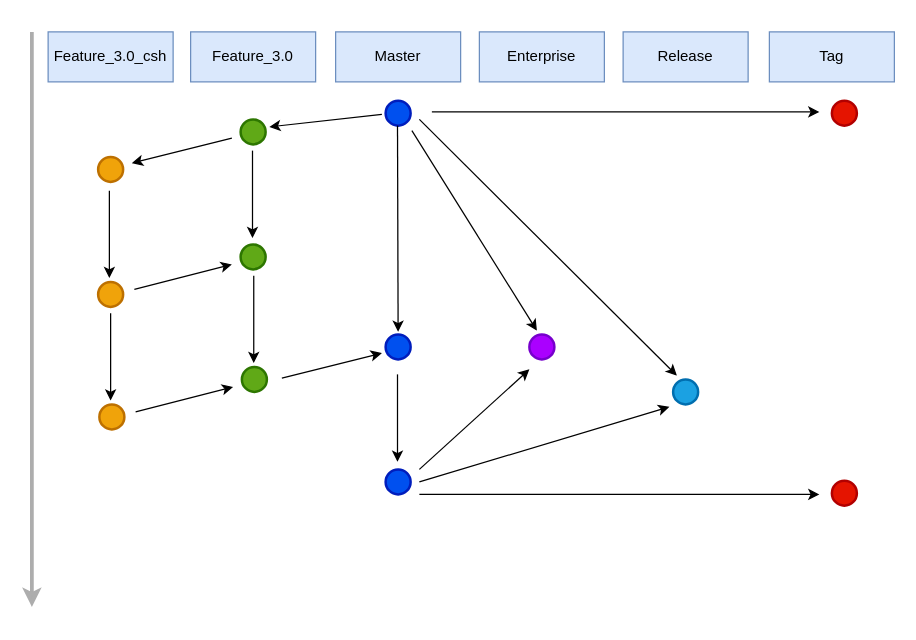
This is 分支管理.drawio from Arthurcsh/Draw.io, a draw.io file, before an edit. Source tidied: cells renumbered, new cells numbered last; positions are measured from the earlier drawing's top-left corner, leaving out a move shared by most shapes. Both pictures are drawn from the tidied source at 125%, with x=0, y=0 at pixel (31, 31).
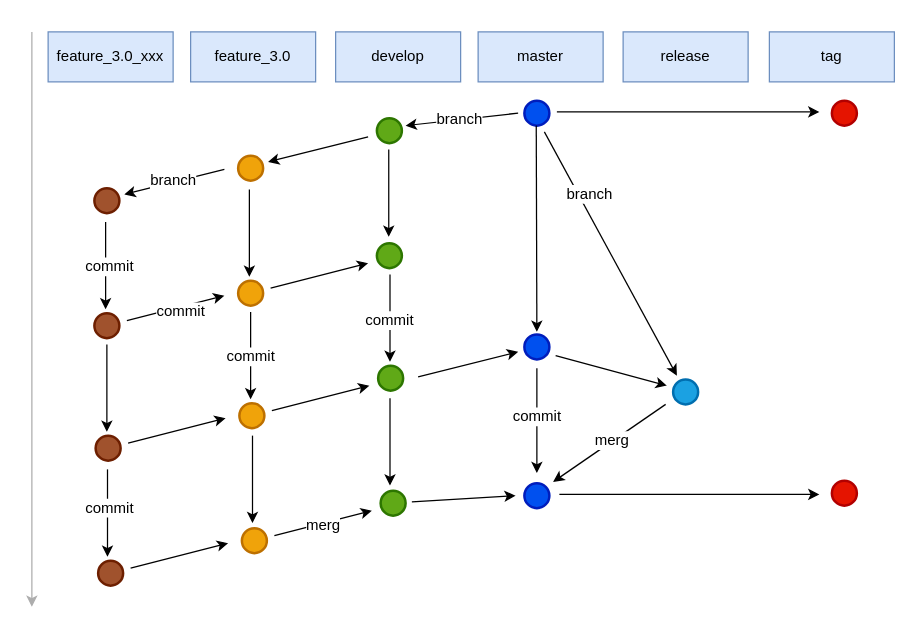
The same page after the edit.

Commit message:
更新分支管理.drawio

The change refers to these unchanged cells:
```xml
<mxCell id="31" style="ellipse;whiteSpace=wrap;html=1;strokeWidth=2;fillColor=#1ba1e2;strokeColor=#006EAF;fontColor=#ffffff;" parent="1" vertex="1">
  <mxGeometry x="513" y="278" width="20" height="20" as="geometry" />
</mxCell>
```

Diff of the diagram source:
```diff
@@
-    <mxCell id="2" value="Feature_3.0_csh" style="rounded=0;whiteSpace=wrap;html=1;fillColor=#dae8fc;strokeColor=#6c8ebf;" parent="1" vertex="1">
+    <mxCell id="2" value="feature_3.0_xxx" style="rounded=0;whiteSpace=wrap;html=1;fillColor=#dae8fc;strokeColor=#6c8ebf;" parent="1" vertex="1">
       <mxGeometry x="13" width="100" height="40" as="geometry" />
     </mxCell>
-    <mxCell id="3" value="Master" style="rounded=0;whiteSpace=wrap;html=1;fillColor=#dae8fc;strokeColor=#6c8ebf;" parent="1" vertex="1">
-      <mxGeometry x="243" width="100" height="40" as="geometry" />
+    <mxCell id="3" value="master" style="rounded=0;whiteSpace=wrap;html=1;fillColor=#dae8fc;strokeColor=#6c8ebf;" parent="1" vertex="1">
+      <mxGeometry x="357" width="100" height="40" as="geometry" />
     </mxCell>
-    <mxCell id="4" value="Enterprise" style="rounded=0;whiteSpace=wrap;html=1;fillColor=#dae8fc;strokeColor=#6c8ebf;" parent="1" vertex="1">
-      <mxGeometry x="358" width="100" height="40" as="geometry" />
+    <mxCell id="4" value="develop" style="rounded=0;whiteSpace=wrap;html=1;fillColor=#dae8fc;strokeColor=#6c8ebf;" parent="1" vertex="1">
+      <mxGeometry x="243" width="100" height="40" as="geometry" />
     </mxCell>
-    <mxCell id="5" value="Feature_3.0" style="rounded=0;whiteSpace=wrap;html=1;fillColor=#dae8fc;strokeColor=#6c8ebf;" parent="1" vertex="1">
+    <mxCell id="5" value="feature_3.0" style="rounded=0;whiteSpace=wrap;html=1;fillColor=#dae8fc;strokeColor=#6c8ebf;" parent="1" vertex="1">
       <mxGeometry x="127" width="100" height="40" as="geometry" />
     </mxCell>
-    <mxCell id="6" value="Release" style="rounded=0;whiteSpace=wrap;html=1;fillColor=#dae8fc;strokeColor=#6c8ebf;" parent="1" vertex="1">
+    <mxCell id="6" value="release" style="rounded=0;whiteSpace=wrap;html=1;fillColor=#dae8fc;strokeColor=#6c8ebf;" parent="1" vertex="1">
       <mxGeometry x="473" width="100" height="40" as="geometry" />
     </mxCell>
-    <mxCell id="7" style="endArrow=classic;html=1;strokeWidth=3;fillColor=#647687;strokeColor=#ADADAD;" parent="1" edge="1">
+    <mxCell id="7" style="endArrow=classic;html=1;strokeWidth=1;fillColor=#647687;strokeColor=#ADADAD;" parent="1" edge="1">
       <mxGeometry relative="1" as="geometry">
         <mxPoint as="sourcePoint" />
         <mxPoint y="460" as="targetPoint" />
       </mxGeometry>
     </mxCell>
     <mxCell id="8" style="ellipse;whiteSpace=wrap;html=1;strokeWidth=2;fillColor=#f0a30a;strokeColor=#BD7000;fontColor=#ffffff;" parent="1" vertex="1">
-      <mxGeometry x="53" y="100" width="20" height="20" as="geometry" />
+      <mxGeometry x="165" y="99" width="20" height="20" as="geometry" />
     </mxCell>
     <mxCell id="9" style="endArrow=classic;html=1;strokeColor=#000000;strokeWidth=1;" parent="1" edge="1">
       <mxGeometry relative="1" as="geometry">
-        <mxPoint x="280" y="66" as="sourcePoint" />
-        <mxPoint x="190" y="76" as="targetPoint" />
+        <mxPoint x="389" y="65" as="sourcePoint" />
+        <mxPoint x="299" y="75" as="targetPoint" />
       </mxGeometry>
     </mxCell>
+    <mxCell id="39" value="branch" style="text;html=1;align=center;verticalAlign=middle;labelBackgroundColor=#ffffff;" parent="9" vertex="1">
+      <mxGeometry x="0.06" y="-1" relative="1" as="geometry" />
+    </mxCell>
     <mxCell id="10" style="ellipse;whiteSpace=wrap;html=1;strokeWidth=2;fillColor=#0050ef;strokeColor=#001DBC;fontColor=#ffffff;" parent="1" vertex="1">
-      <mxGeometry x="283" y="55" width="20" height="20" as="geometry" />
+      <mxGeometry x="394" y="55" width="20" height="20" as="geometry" />
     </mxCell>
     <mxCell id="11" style="ellipse;whiteSpace=wrap;html=1;strokeWidth=2;fillColor=#60a917;strokeColor=#2D7600;fontColor=#ffffff;" parent="1" vertex="1">
-      <mxGeometry x="167" y="70" width="20" height="20" as="geometry" />
+      <mxGeometry x="276" y="69" width="20" height="20" as="geometry" />
     </mxCell>
     <mxCell id="12" style="endArrow=classic;html=1;strokeColor=#000000;strokeWidth=1;" parent="1" edge="1">
       <mxGeometry relative="1" as="geometry">
-        <mxPoint x="160" y="85" as="sourcePoint" />
-        <mxPoint x="80" y="105" as="targetPoint" />
+        <mxPoint x="269" y="84" as="sourcePoint" />
+        <mxPoint x="189" y="104" as="targetPoint" />
       </mxGeometry>
     </mxCell>
     <mxCell id="13" style="ellipse;whiteSpace=wrap;html=1;strokeWidth=2;fillColor=#f0a30a;strokeColor=#BD7000;fontColor=#ffffff;" parent="1" vertex="1">
-      <mxGeometry x="53" y="200" width="20" height="20" as="geometry" />
+      <mxGeometry x="165" y="199" width="20" height="20" as="geometry" />
     </mxCell>
     <mxCell id="14" style="endArrow=classic;html=1;strokeColor=#000000;strokeWidth=1;" parent="1" edge="1">
       <mxGeometry relative="1" as="geometry">
-        <mxPoint x="62" y="127" as="sourcePoint" />
-        <mxPoint x="62" y="197" as="targetPoint" />
+        <mxPoint x="174" y="126" as="sourcePoint" />
+        <mxPoint x="174" y="196" as="targetPoint" />
       </mxGeometry>
     </mxCell>
     <mxCell id="15" style="ellipse;whiteSpace=wrap;html=1;strokeWidth=2;fillColor=#60a917;strokeColor=#2D7600;fontColor=#ffffff;" parent="1" vertex="1">
-      <mxGeometry x="167" y="170" width="20" height="20" as="geometry" />
+      <mxGeometry x="276" y="169" width="20" height="20" as="geometry" />
     </mxCell>
     <mxCell id="16" style="endArrow=classic;html=1;strokeColor=#000000;strokeWidth=1;" parent="1" edge="1">
       <mxGeometry relative="1" as="geometry">
-        <mxPoint x="176.5" y="95" as="sourcePoint" />
-        <mxPoint x="176.5" y="165" as="targetPoint" />
+        <mxPoint x="285.5" y="94" as="sourcePoint" />
+        <mxPoint x="285.5" y="164" as="targetPoint" />
       </mxGeometry>
     </mxCell>
     <mxCell id="17" style="endArrow=classic;html=1;strokeColor=#000000;strokeWidth=1;" parent="1" edge="1">
       <mxGeometry relative="1" as="geometry">
-        <mxPoint x="82" y="206" as="sourcePoint" />
-        <mxPoint x="160" y="186" as="targetPoint" />
+        <mxPoint x="191" y="205" as="sourcePoint" />
+        <mxPoint x="269" y="185" as="targetPoint" />
       </mxGeometry>
     </mxCell>
     <mxCell id="18" style="ellipse;whiteSpace=wrap;html=1;strokeWidth=2;fillColor=#f0a30a;strokeColor=#BD7000;fontColor=#ffffff;" parent="1" vertex="1">
-      <mxGeometry x="54" y="298" width="20" height="20" as="geometry" />
+      <mxGeometry x="166" y="297" width="20" height="20" as="geometry" />
     </mxCell>
     <mxCell id="19" style="endArrow=classic;html=1;strokeColor=#000000;strokeWidth=1;" parent="1" edge="1">
       <mxGeometry relative="1" as="geometry">
-        <mxPoint x="63" y="225" as="sourcePoint" />
-        <mxPoint x="63" y="295" as="targetPoint" />
+        <mxPoint x="175" y="224" as="sourcePoint" />
+        <mxPoint x="175" y="294" as="targetPoint" />
       </mxGeometry>
     </mxCell>
+    <mxCell id="40" value="commit" style="text;html=1;align=center;verticalAlign=middle;labelBackgroundColor=#ffffff;" parent="19" vertex="1">
+      <mxGeometry y="-1" relative="1" as="geometry" />
+    </mxCell>
     <mxCell id="20" style="ellipse;whiteSpace=wrap;html=1;strokeWidth=2;fillColor=#60a917;strokeColor=#2D7600;fontColor=#ffffff;" parent="1" vertex="1">
-      <mxGeometry x="168" y="268" width="20" height="20" as="geometry" />
+      <mxGeometry x="277" y="267" width="20" height="20" as="geometry" />
     </mxCell>
     <mxCell id="21" style="endArrow=classic;html=1;strokeColor=#000000;strokeWidth=1;" parent="1" edge="1">
       <mxGeometry relative="1" as="geometry">
-        <mxPoint x="83" y="304" as="sourcePoint" />
-        <mxPoint x="161" y="284" as="targetPoint" />
+        <mxPoint x="192" y="303" as="sourcePoint" />
+        <mxPoint x="270" y="283" as="targetPoint" />
       </mxGeometry>
     </mxCell>
     <mxCell id="22" style="endArrow=classic;html=1;strokeColor=#000000;strokeWidth=1;" parent="1" edge="1">
       <mxGeometry relative="1" as="geometry">
-        <mxPoint x="177.5" y="195" as="sourcePoint" />
-        <mxPoint x="177.5" y="265" as="targetPoint" />
+        <mxPoint x="286.5" y="194" as="sourcePoint" />
+        <mxPoint x="286.5" y="264" as="targetPoint" />
       </mxGeometry>
     </mxCell>
+    <mxCell id="41" value="commit" style="text;html=1;align=center;verticalAlign=middle;labelBackgroundColor=#ffffff;" parent="22" vertex="1">
+      <mxGeometry x="0.03" y="-1" relative="1" as="geometry" />
+    </mxCell>
     <mxCell id="23" style="endArrow=classic;html=1;strokeColor=#000000;strokeWidth=1;" parent="1" edge="1">
       <mxGeometry relative="1" as="geometry">
-        <mxPoint x="200" y="277" as="sourcePoint" />
-        <mxPoint x="280" y="257" as="targetPoint" />
+        <mxPoint x="309" y="276" as="sourcePoint" />
+        <mxPoint x="389" y="256" as="targetPoint" />
       </mxGeometry>
     </mxCell>
     <mxCell id="24" style="ellipse;whiteSpace=wrap;html=1;strokeWidth=2;fillColor=#0050ef;strokeColor=#001DBC;fontColor=#ffffff;" parent="1" vertex="1">
-      <mxGeometry x="283" y="242" width="20" height="20" as="geometry" />
+      <mxGeometry x="394" y="242" width="20" height="20" as="geometry" />
     </mxCell>
     <mxCell id="25" style="endArrow=classic;html=1;strokeColor=#000000;strokeWidth=1;" parent="1" edge="1">
       <mxGeometry relative="1" as="geometry">
-        <mxPoint x="292.5" y="75" as="sourcePoint" />
-        <mxPoint x="293" y="240" as="targetPoint" />
+        <mxPoint x="403.5" y="75" as="sourcePoint" />
+        <mxPoint x="404" y="240" as="targetPoint" />
       </mxGeometry>
     </mxCell>
-    <mxCell id="26" style="ellipse;whiteSpace=wrap;html=1;strokeWidth=2;fillColor=#aa00ff;strokeColor=#7700CC;fontColor=#ffffff;" parent="1" vertex="1">
-      <mxGeometry x="398" y="242" width="20" height="20" as="geometry" />
-    </mxCell>
     <mxCell id="27" style="endArrow=classic;html=1;strokeColor=#000000;strokeWidth=1;" parent="1" edge="1">
       <mxGeometry relative="1" as="geometry">
-        <mxPoint x="304" y="79" as="sourcePoint" />
-        <mxPoint x="404" y="239" as="targetPoint" />
+        <mxPoint x="304" y="376" as="sourcePoint" />
+        <mxPoint x="387" y="371" as="targetPoint" />
       </mxGeometry>
     </mxCell>
     <mxCell id="28" style="ellipse;whiteSpace=wrap;html=1;strokeWidth=2;fillColor=#0050ef;strokeColor=#001DBC;fontColor=#ffffff;" parent="1" vertex="1">
-      <mxGeometry x="283" y="350" width="20" height="20" as="geometry" />
+      <mxGeometry x="394" y="361" width="20" height="20" as="geometry" />
     </mxCell>
     <mxCell id="29" style="endArrow=classic;html=1;strokeColor=#000000;strokeWidth=1;" parent="1" edge="1">
       <mxGeometry relative="1" as="geometry">
-        <mxPoint x="310" y="350" as="sourcePoint" />
-        <mxPoint x="398" y="270" as="targetPoint" />
+        <mxPoint x="419" y="259" as="sourcePoint" />
+        <mxPoint x="508" y="283" as="targetPoint" />
       </mxGeometry>
     </mxCell>
     <mxCell id="30" style="endArrow=classic;html=1;strokeColor=#000000;strokeWidth=1;" parent="1" edge="1">
       <mxGeometry relative="1" as="geometry">
-        <mxPoint x="292.5" y="274" as="sourcePoint" />
-        <mxPoint x="292.5" y="344" as="targetPoint" />
+        <mxPoint x="404" y="269" as="sourcePoint" />
+        <mxPoint x="404" y="353" as="targetPoint" />
       </mxGeometry>
     </mxCell>
+    <mxCell id="42" value="commit" style="text;html=1;align=center;verticalAlign=middle;labelBackgroundColor=#ffffff;" parent="30" vertex="1">
+      <mxGeometry x="-0.1" y="-1" relative="1" as="geometry" />
+    </mxCell>
@@
     <mxCell id="32" style="endArrow=classic;html=1;strokeColor=#000000;strokeWidth=1;entryX=0.15;entryY=-0.15;entryDx=0;entryDy=0;entryPerimeter=0;" parent="1" edge="1" target="31">
       <mxGeometry relative="1" as="geometry">
-        <mxPoint x="310" y="70" as="sourcePoint" />
+        <mxPoint x="410" y="80" as="sourcePoint" />
       </mxGeometry>
     </mxCell>
+    <mxCell id="43" value="branch" style="text;html=1;align=center;verticalAlign=middle;labelBackgroundColor=#ffffff;" parent="32" vertex="1">
+      <mxGeometry x="0.26" y="2" relative="1" as="geometry">
+        <mxPoint x="-33.6" y="-73" as="offset" />
+      </mxGeometry>
+    </mxCell>
     <mxCell id="33" style="endArrow=classic;html=1;strokeColor=#000000;strokeWidth=1;" parent="1" edge="1">
       <mxGeometry relative="1" as="geometry">
-        <mxPoint x="310" y="360" as="sourcePoint" />
-        <mxPoint x="510" y="300" as="targetPoint" />
+        <mxPoint x="507" y="298" as="sourcePoint" />
+        <mxPoint x="417" y="360" as="targetPoint" />
       </mxGeometry>
     </mxCell>
+    <mxCell id="44" value="merg" style="text;html=1;align=center;verticalAlign=middle;labelBackgroundColor=#ffffff;" parent="33" vertex="1">
+      <mxGeometry x="-0.05" y="-1" relative="1" as="geometry" />
+    </mxCell>
@@
     <mxCell id="35" style="endArrow=classic;html=1;strokeColor=#000000;strokeWidth=1;" parent="1" edge="1">
       <mxGeometry relative="1" as="geometry">
-        <mxPoint x="320" y="64" as="sourcePoint" />
+        <mxPoint x="420" y="64" as="sourcePoint" />
         <mxPoint x="630" y="64" as="targetPoint" />
       </mxGeometry>
     </mxCell>
-    <mxCell id="36" value="Tag" style="rounded=0;whiteSpace=wrap;html=1;fillColor=#dae8fc;strokeColor=#6c8ebf;" parent="1" vertex="1">
+    <mxCell id="36" value="tag" style="rounded=0;whiteSpace=wrap;html=1;fillColor=#dae8fc;strokeColor=#6c8ebf;" parent="1" vertex="1">
       <mxGeometry x="590" width="100" height="40" as="geometry" />
     </mxCell>
@@
     <mxCell id="38" style="endArrow=classic;html=1;strokeColor=#000000;strokeWidth=1;" parent="1" edge="1">
       <mxGeometry relative="1" as="geometry">
-        <mxPoint x="310" y="370" as="sourcePoint" />
+        <mxPoint x="422" y="370" as="sourcePoint" />
         <mxPoint x="630" y="370" as="targetPoint" />
       </mxGeometry>
     </mxCell>
+    <mxCell id="45" style="ellipse;whiteSpace=wrap;html=1;strokeWidth=2;fillColor=#a0522d;strokeColor=#6D1F00;fontColor=#ffffff;" parent="1" vertex="1">
+      <mxGeometry x="50" y="125" width="20" height="20" as="geometry" />
+    </mxCell>
+    <mxCell id="46" style="endArrow=classic;html=1;strokeColor=#000000;strokeWidth=1;" parent="1" edge="1">
+      <mxGeometry relative="1" as="geometry">
+        <mxPoint x="154" y="110" as="sourcePoint" />
+        <mxPoint x="74" y="130" as="targetPoint" />
+      </mxGeometry>
+    </mxCell>
+    <mxCell id="47" value="branch" style="text;html=1;align=center;verticalAlign=middle;labelBackgroundColor=#ffffff;" parent="46" vertex="1">
+      <mxGeometry x="0.01" y="-2" relative="1" as="geometry" />
+    </mxCell>
+    <mxCell id="48" style="ellipse;whiteSpace=wrap;html=1;strokeWidth=2;fillColor=#a0522d;strokeColor=#6D1F00;fontColor=#ffffff;" parent="1" vertex="1">
+      <mxGeometry x="50" y="225" width="20" height="20" as="geometry" />
+    </mxCell>
+    <mxCell id="49" style="endArrow=classic;html=1;strokeColor=#000000;strokeWidth=1;" parent="1" edge="1">
+      <mxGeometry relative="1" as="geometry">
+        <mxPoint x="59" y="152" as="sourcePoint" />
+        <mxPoint x="59" y="222" as="targetPoint" />
+      </mxGeometry>
+    </mxCell>
+    <mxCell id="50" value="commit" style="text;html=1;align=center;verticalAlign=middle;labelBackgroundColor=#ffffff;" parent="49" vertex="1">
+      <mxGeometry y="2" relative="1" as="geometry" />
+    </mxCell>
+    <mxCell id="51" style="endArrow=classic;html=1;strokeColor=#000000;strokeWidth=1;" parent="1" edge="1">
+      <mxGeometry relative="1" as="geometry">
+        <mxPoint x="76" y="231" as="sourcePoint" />
+        <mxPoint x="154" y="211" as="targetPoint" />
+      </mxGeometry>
+    </mxCell>
+    <mxCell id="52" value="commit" style="text;html=1;align=center;verticalAlign=middle;labelBackgroundColor=#ffffff;" parent="51" vertex="1">
+      <mxGeometry x="0.08" y="-3" relative="1" as="geometry" />
+    </mxCell>
+    <mxCell id="53" style="ellipse;whiteSpace=wrap;html=1;strokeWidth=2;fillColor=#a0522d;strokeColor=#6D1F00;fontColor=#ffffff;" parent="1" vertex="1">
+      <mxGeometry x="51" y="323" width="20" height="20" as="geometry" />
+    </mxCell>
+    <mxCell id="54" style="endArrow=classic;html=1;strokeColor=#000000;strokeWidth=1;" parent="1" edge="1">
+      <mxGeometry relative="1" as="geometry">
+        <mxPoint x="60" y="250" as="sourcePoint" />
+        <mxPoint x="60" y="320" as="targetPoint" />
+      </mxGeometry>
+    </mxCell>
+    <mxCell id="55" style="endArrow=classic;html=1;strokeColor=#000000;strokeWidth=1;" parent="1" edge="1">
+      <mxGeometry relative="1" as="geometry">
+        <mxPoint x="77" y="329" as="sourcePoint" />
+        <mxPoint x="155" y="309" as="targetPoint" />
+      </mxGeometry>
+    </mxCell>
+    <mxCell id="56" style="ellipse;whiteSpace=wrap;html=1;strokeWidth=2;fillColor=#f0a30a;strokeColor=#BD7000;fontColor=#ffffff;" parent="1" vertex="1">
+      <mxGeometry x="168" y="397" width="20" height="20" as="geometry" />
+    </mxCell>
+    <mxCell id="57" style="ellipse;whiteSpace=wrap;html=1;strokeWidth=2;fillColor=#60a917;strokeColor=#2D7600;fontColor=#ffffff;" parent="1" vertex="1">
+      <mxGeometry x="279" y="367" width="20" height="20" as="geometry" />
+    </mxCell>
+    <mxCell id="58" style="endArrow=classic;html=1;strokeColor=#000000;strokeWidth=1;" parent="1" edge="1">
+      <mxGeometry relative="1" as="geometry">
+        <mxPoint x="194" y="403" as="sourcePoint" />
+        <mxPoint x="272" y="383" as="targetPoint" />
+      </mxGeometry>
+    </mxCell>
+    <mxCell id="59" value="merg" style="text;html=1;align=center;verticalAlign=middle;labelBackgroundColor=#ffffff;" parent="58" vertex="1">
+      <mxGeometry x="-0.03" y="-1" relative="1" as="geometry" />
+    </mxCell>
+    <mxCell id="60" style="ellipse;whiteSpace=wrap;html=1;strokeWidth=2;fillColor=#a0522d;strokeColor=#6D1F00;fontColor=#ffffff;" parent="1" vertex="1">
+      <mxGeometry x="53" y="423" width="20" height="20" as="geometry" />
+    </mxCell>
+    <mxCell id="61" style="endArrow=classic;html=1;strokeColor=#000000;strokeWidth=1;" parent="1" edge="1">
+      <mxGeometry relative="1" as="geometry">
+        <mxPoint x="79" y="429" as="sourcePoint" />
+        <mxPoint x="157" y="409" as="targetPoint" />
+      </mxGeometry>
+    </mxCell>
+    <mxCell id="62" style="endArrow=classic;html=1;strokeColor=#000000;strokeWidth=1;" parent="1" edge="1">
+      <mxGeometry relative="1" as="geometry">
+        <mxPoint x="60.5" y="350" as="sourcePoint" />
+        <mxPoint x="60.5" y="420" as="targetPoint" />
+      </mxGeometry>
+    </mxCell>
+    <mxCell id="63" value="commit" style="text;html=1;align=center;verticalAlign=middle;labelBackgroundColor=#ffffff;" parent="62" vertex="1">
+      <mxGeometry x="-0.14" y="1" relative="1" as="geometry" />
+    </mxCell>
+    <mxCell id="64" style="endArrow=classic;html=1;strokeColor=#000000;strokeWidth=1;" parent="1" edge="1">
+      <mxGeometry relative="1" as="geometry">
+        <mxPoint x="176.5" y="323" as="sourcePoint" />
+        <mxPoint x="176.5" y="393" as="targetPoint" />
+      </mxGeometry>
+    </mxCell>
+    <mxCell id="65" style="endArrow=classic;html=1;strokeColor=#000000;strokeWidth=1;" parent="1" edge="1">
+      <mxGeometry relative="1" as="geometry">
+        <mxPoint x="286.5" y="293" as="sourcePoint" />
+        <mxPoint x="286.5" y="363" as="targetPoint" />
+      </mxGeometry>
+    </mxCell>
```
